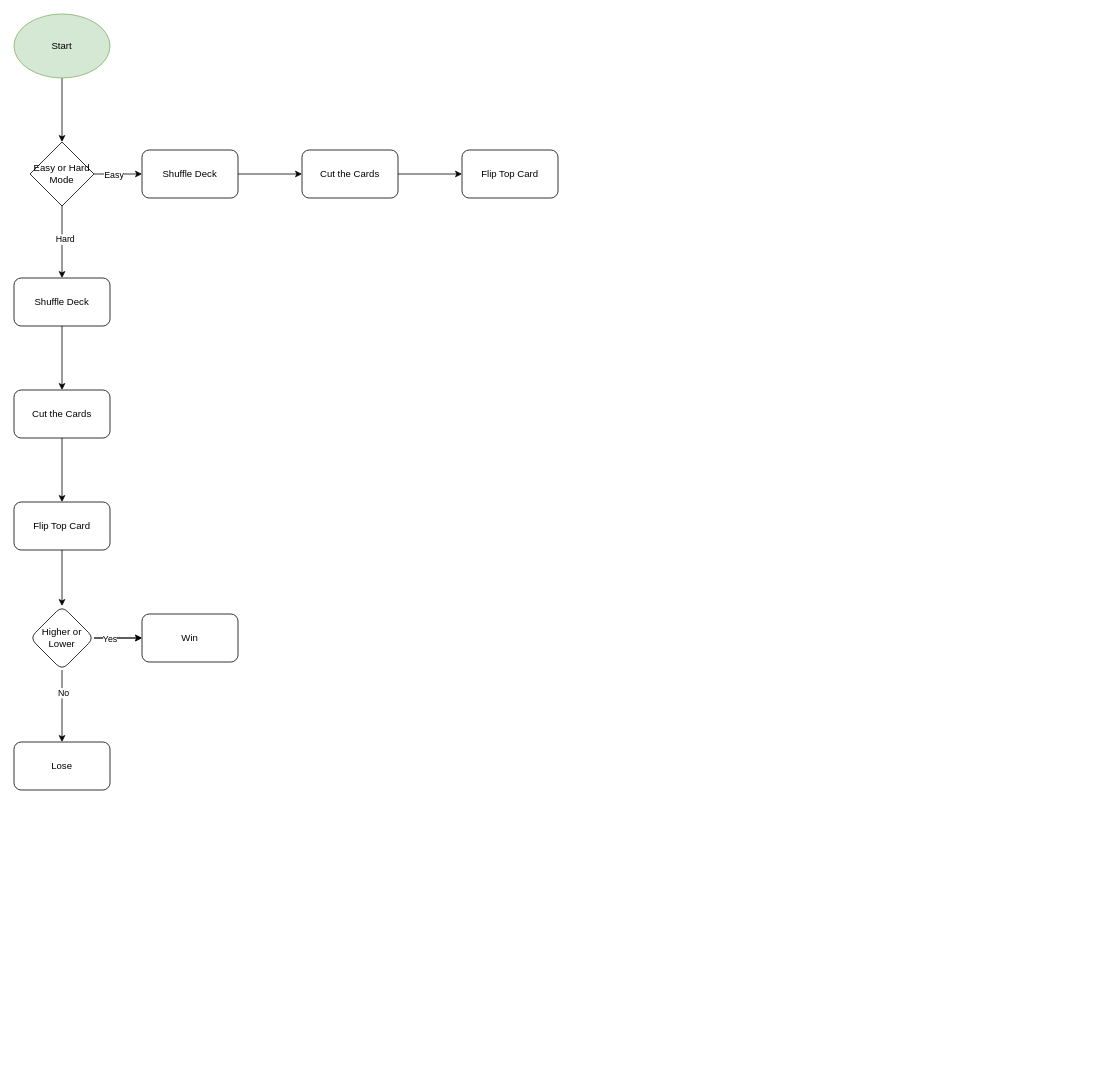
Before: Card Game 2 Process Diagram.drawio in matkiai/me_and_myself, a draw.io diagram. Source tidied: cells renumbered, new cells numbered last; positions are measured from the earlier drawing's top-left corner, leaving out a move shared by most shapes. Both pictures are drawn from the tidied source at 80%, with x=0, y=0 at pixel (14, 14).
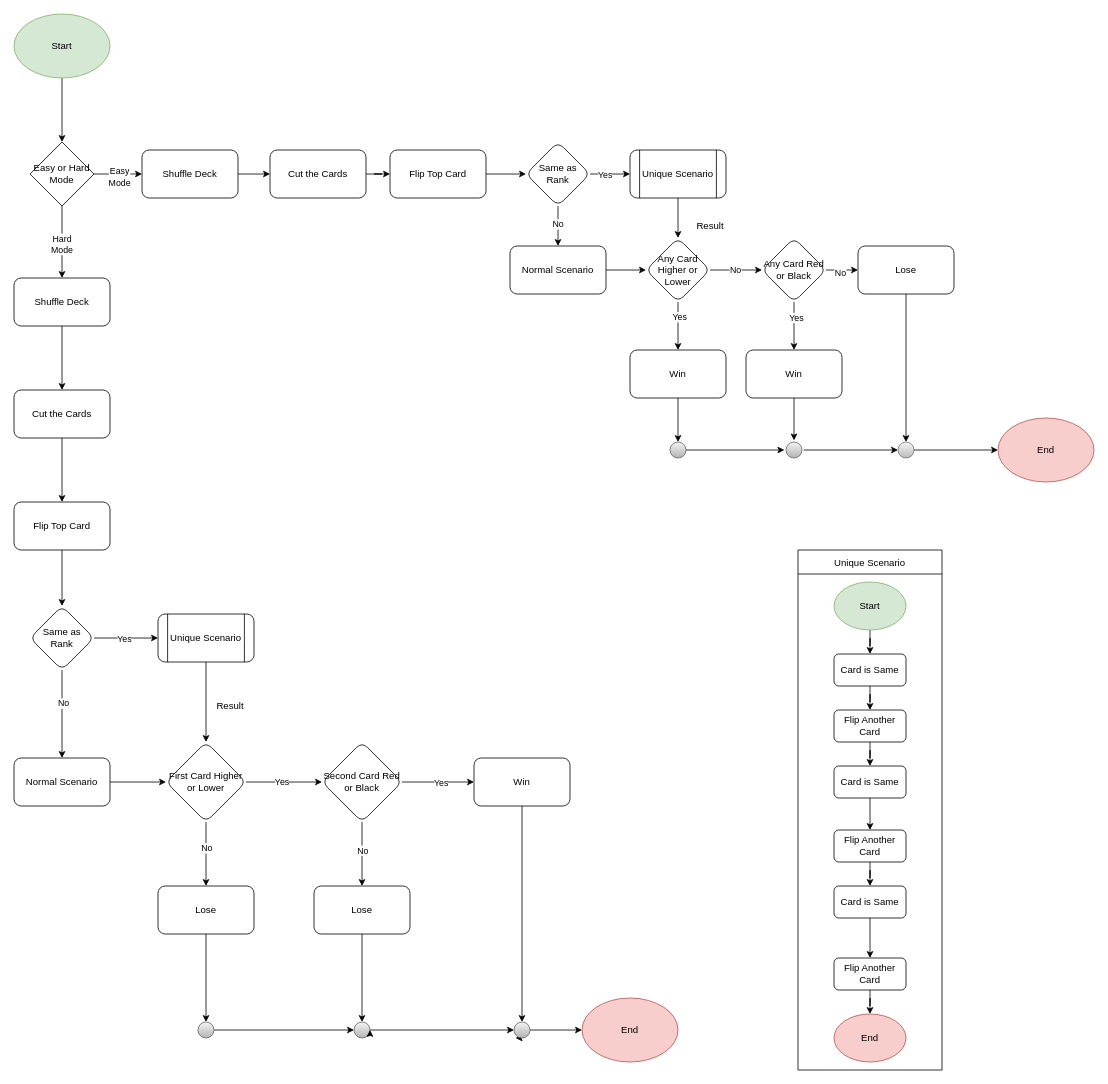
The same page after the edit.

Unchanged cells that the change refers to:
```xml
<mxCell id="4" style="edgeStyle=orthogonalEdgeStyle;rounded=0;jettySize=auto;html=1;" parent="1" edge="1" source="8" target="10">
  <mxGeometry relative="1" as="geometry" />
</mxCell>
<mxCell id="6" style="edgeStyle=orthogonalEdgeStyle;rounded=0;jettySize=auto;html=1;" parent="1" edge="1" source="8" target="14">
  <mxGeometry relative="1" as="geometry" />
</mxCell>
<mxCell id="19" value="Flip Top Card" style="rounded=1;whiteSpace=wrap;html=1;" parent="1" vertex="1">
  <mxGeometry y="610" width="120" height="60" as="geometry" />
</mxCell>
```

Diff of the diagram source:
```diff
@@
-    <mxCell id="5" value="Hard" style="edgeLabel;html=1;align=center;verticalAlign=middle;" parent="4" vertex="1">
-      <mxGeometry x="-0.09" y="3" relative="1" as="geometry" />
-    </mxCell>
+    <mxCell id="28" value="&lt;div&gt;Hard &lt;br&gt;&lt;/div&gt;&lt;div&gt;Mode&lt;br&gt;&lt;/div&gt;" style="edgeLabel;html=1;align=center;verticalAlign=middle;" parent="4" vertex="1">
+      <mxGeometry x="0.04" y="-1" relative="1" as="geometry" />
+    </mxCell>
@@
-    <mxCell id="7" value="Easy" style="edgeLabel;html=1;align=center;verticalAlign=middle;" parent="6" vertex="1">
-      <mxGeometry x="-0.2" relative="1" as="geometry" />
-    </mxCell>
+    <mxCell id="29" value="&lt;div&gt;Easy &lt;br&gt;&lt;/div&gt;&lt;div&gt;Mode&lt;br&gt;&lt;/div&gt;" style="edgeLabel;html=1;align=center;verticalAlign=middle;" parent="6" vertex="1">
+      <mxGeometry x="0.03" y="-3" relative="1" as="geometry" />
+    </mxCell>
@@
     <mxCell id="16" value="Cut the Cards" style="rounded=1;whiteSpace=wrap;html=1;" parent="1" vertex="1">
-      <mxGeometry x="360" y="170" width="120" height="60" as="geometry" />
+      <mxGeometry x="320" y="170" width="120" height="60" as="geometry" />
     </mxCell>
+    <mxCell id="30" style="edgeStyle=orthogonalEdgeStyle;rounded=0;jettySize=auto;html=1;" parent="1" edge="1" source="17" target="108">
+      <mxGeometry relative="1" as="geometry" />
+    </mxCell>
     <mxCell id="17" value="Flip Top Card" style="rounded=1;whiteSpace=wrap;html=1;" parent="1" vertex="1">
-      <mxGeometry x="560" y="170" width="120" height="60" as="geometry" />
+      <mxGeometry x="470" y="170" width="120" height="60" as="geometry" />
     </mxCell>
-    <mxCell id="18" style="edgeStyle=orthogonalEdgeStyle;rounded=0;jettySize=auto;html=1;" parent="1" edge="1" source="19" target="25">
-      <mxGeometry relative="1" as="geometry" />
-    </mxCell>
+    <mxCell id="31" style="edgeStyle=orthogonalEdgeStyle;rounded=0;jettySize=auto;html=1;" parent="1" edge="1" source="19" target="80">
+      <mxGeometry relative="1" as="geometry" />
+    </mxCell>
@@
-    <mxCell id="20" style="edgeStyle=orthogonalEdgeStyle;rounded=0;jettySize=auto;html=1;" parent="1" edge="1" source="25" target="26">
-      <mxGeometry relative="1" as="geometry" />
-    </mxCell>
-    <mxCell id="21" style="edgeStyle=orthogonalEdgeStyle;rounded=0;jettySize=auto;html=1;" parent="1" edge="1" source="25" target="27">
-      <mxGeometry relative="1" as="geometry" />
-    </mxCell>
-    <mxCell id="22" value="No" style="edgeLabel;html=1;align=center;verticalAlign=middle;" parent="21" vertex="1">
-      <mxGeometry x="-0.38" y="1" relative="1" as="geometry" />
-    </mxCell>
-    <mxCell id="23" style="edgeStyle=orthogonalEdgeStyle;rounded=0;jettySize=auto;html=1;" parent="1" edge="1" source="25" target="26">
-      <mxGeometry relative="1" as="geometry" />
-    </mxCell>
-    <mxCell id="24" value="Yes" style="edgeLabel;html=1;align=center;verticalAlign=middle;" parent="23" vertex="1">
-      <mxGeometry x="-0.37" y="-1" relative="1" as="geometry" />
-    </mxCell>
+    <mxCell id="32" style="edgeStyle=orthogonalEdgeStyle;rounded=0;jettySize=auto;html=1;" parent="1" edge="1" source="25" target="40">
+      <mxGeometry relative="1" as="geometry" />
+    </mxCell>
+    <mxCell id="33" value="Yes" style="edgeLabel;html=1;align=center;verticalAlign=middle;" parent="32" vertex="1">
+      <mxGeometry x="-0.07" y="1" relative="1" as="geometry" />
+    </mxCell>
+    <mxCell id="34" style="edgeStyle=orthogonalEdgeStyle;rounded=0;jettySize=auto;html=1;" parent="1" edge="1" source="25" target="44">
+      <mxGeometry relative="1" as="geometry" />
+    </mxCell>
+    <mxCell id="35" value="No" style="edgeLabel;html=1;align=center;verticalAlign=middle;" parent="34" vertex="1">
+      <mxGeometry x="-0.2" relative="1" as="geometry" />
+    </mxCell>
-    <mxCell id="25" value="Higher or Lower" style="rhombus;whiteSpace=wrap;html=1;rounded=1;" parent="1" vertex="1">
-      <mxGeometry x="20" y="740" width="80" height="80" as="geometry" />
+    <mxCell id="25" value="First Card Higher or Lower" style="rhombus;whiteSpace=wrap;html=1;rounded=1;" parent="1" vertex="1">
+      <mxGeometry x="190" y="910" width="100" height="100" as="geometry" />
     </mxCell>
+    <mxCell id="36" style="edgeStyle=orthogonalEdgeStyle;rounded=0;jettySize=auto;html=1;" parent="1" edge="1" source="40" target="26">
+      <mxGeometry relative="1" as="geometry" />
+    </mxCell>
+    <mxCell id="37" value="Yes" style="edgeLabel;html=1;align=center;verticalAlign=middle;" parent="36" vertex="1">
+      <mxGeometry x="0.07" y="-1" relative="1" as="geometry" />
+    </mxCell>
+    <mxCell id="38" style="edgeStyle=orthogonalEdgeStyle;rounded=0;jettySize=auto;html=1;" parent="1" edge="1" source="40" target="27">
+      <mxGeometry relative="1" as="geometry" />
+    </mxCell>
+    <mxCell id="39" value="No" style="edgeLabel;html=1;align=center;verticalAlign=middle;" parent="38" vertex="1">
+      <mxGeometry x="-0.13" relative="1" as="geometry" />
+    </mxCell>
+    <mxCell id="40" value="Second Card Red or Black" style="rhombus;whiteSpace=wrap;html=1;rounded=1;" parent="1" vertex="1">
+      <mxGeometry x="385" y="910" width="100" height="100" as="geometry" />
+    </mxCell>
+    <mxCell id="41" style="edgeStyle=orthogonalEdgeStyle;rounded=0;jettySize=auto;html=1;" parent="1" edge="1" source="26" target="71">
+      <mxGeometry relative="1" as="geometry" />
+    </mxCell>
     <mxCell id="26" value="Win" style="whiteSpace=wrap;html=1;rounded=1;" parent="1" vertex="1">
-      <mxGeometry x="160" y="750" width="120" height="60" as="geometry" />
+      <mxGeometry x="575" y="930" width="120" height="60" as="geometry" />
     </mxCell>
+    <mxCell id="42" style="edgeStyle=orthogonalEdgeStyle;rounded=0;jettySize=auto;html=1;" parent="1" edge="1" source="27" target="73">
+      <mxGeometry relative="1" as="geometry" />
+    </mxCell>
     <mxCell id="27" value="Lose" style="whiteSpace=wrap;html=1;rounded=1;" parent="1" vertex="1">
-      <mxGeometry y="910" width="120" height="60" as="geometry" />
+      <mxGeometry x="375" y="1090" width="120" height="60" as="geometry" />
     </mxCell>
+    <mxCell id="43" style="edgeStyle=orthogonalEdgeStyle;rounded=0;jettySize=auto;html=1;" parent="1" edge="1" source="44" target="75">
+      <mxGeometry relative="1" as="geometry" />
+    </mxCell>
+    <mxCell id="44" value="Lose" style="rounded=1;whiteSpace=wrap;html=1;" parent="1" vertex="1">
+      <mxGeometry x="180" y="1090" width="120" height="60" as="geometry" />
+    </mxCell>
+    <mxCell id="45" style="edgeStyle=orthogonalEdgeStyle;rounded=0;jettySize=auto;html=1;" parent="1" edge="1" source="49" target="60">
+      <mxGeometry relative="1" as="geometry" />
+    </mxCell>
+    <mxCell id="46" value="No" style="edgeLabel;html=1;align=center;verticalAlign=middle;" parent="45" vertex="1">
+      <mxGeometry x="-0.05" y="1" relative="1" as="geometry" />
+    </mxCell>
+    <mxCell id="47" style="edgeStyle=orthogonalEdgeStyle;rounded=0;jettySize=auto;html=1;" parent="1" edge="1" source="49" target="53">
+      <mxGeometry relative="1" as="geometry" />
+    </mxCell>
+    <mxCell id="48" value="Yes" style="edgeLabel;html=1;align=center;verticalAlign=middle;" parent="47" vertex="1">
+      <mxGeometry x="-0.4" y="1" relative="1" as="geometry" />
+    </mxCell>
+    <mxCell id="49" value="Any Card Higher or Lower" style="rhombus;whiteSpace=wrap;html=1;rounded=1;" parent="1" vertex="1">
+      <mxGeometry x="790" y="280" width="80" height="80" as="geometry" />
+    </mxCell>
+    <mxCell id="50" style="edgeStyle=orthogonalEdgeStyle;rounded=0;jettySize=auto;html=1;" parent="1" edge="1" source="51" target="64">
+      <mxGeometry relative="1" as="geometry" />
+    </mxCell>
+    <mxCell id="51" value="Win" style="rounded=1;whiteSpace=wrap;html=1;" parent="1" vertex="1">
+      <mxGeometry x="915" y="420" width="120" height="60" as="geometry" />
+    </mxCell>
+    <mxCell id="52" style="edgeStyle=orthogonalEdgeStyle;rounded=0;jettySize=auto;html=1;" parent="1" edge="1" source="53" target="62">
+      <mxGeometry relative="1" as="geometry" />
+    </mxCell>
+    <mxCell id="53" value="Win" style="rounded=1;whiteSpace=wrap;html=1;" parent="1" vertex="1">
+      <mxGeometry x="770" y="420" width="120" height="60" as="geometry" />
+    </mxCell>
+    <mxCell id="54" style="edgeStyle=orthogonalEdgeStyle;rounded=0;jettySize=auto;html=1;" parent="1" edge="1" source="55" target="66">
+      <mxGeometry relative="1" as="geometry" />
+    </mxCell>
+    <mxCell id="55" value="Lose" style="rounded=1;whiteSpace=wrap;html=1;" parent="1" vertex="1">
+      <mxGeometry x="1055" y="290" width="120" height="60" as="geometry" />
+    </mxCell>
+    <mxCell id="56" style="edgeStyle=orthogonalEdgeStyle;rounded=0;jettySize=auto;html=1;" parent="1" edge="1" source="60" target="55">
+      <mxGeometry relative="1" as="geometry" />
+    </mxCell>
+    <mxCell id="57" value="No" style="edgeLabel;html=1;align=center;verticalAlign=middle;" parent="56" vertex="1">
+      <mxGeometry x="-0.15" y="-3" relative="1" as="geometry" />
+    </mxCell>
+    <mxCell id="58" style="edgeStyle=orthogonalEdgeStyle;rounded=0;jettySize=auto;html=1;" parent="1" edge="1" source="60" target="51">
+      <mxGeometry relative="1" as="geometry" />
+    </mxCell>
+    <mxCell id="59" value="Yes" style="edgeLabel;html=1;align=center;verticalAlign=middle;" parent="58" vertex="1">
+      <mxGeometry x="-0.36" y="2" relative="1" as="geometry" />
+    </mxCell>
+    <mxCell id="60" value="Any Card Red or Black" style="rhombus;whiteSpace=wrap;html=1;rounded=1;" parent="1" vertex="1">
+      <mxGeometry x="935" y="280" width="80" height="80" as="geometry" />
+    </mxCell>
+    <mxCell id="61" style="edgeStyle=orthogonalEdgeStyle;rounded=0;jettySize=auto;html=1;" parent="1" edge="1" source="62" target="64">
+      <mxGeometry relative="1" as="geometry" />
+    </mxCell>
+    <mxCell id="62" style="ellipse;whiteSpace=wrap;html=1;rounded=1;fillColor=#f5f5f5;strokeColor=#666666;gradientColor=#b3b3b3;" parent="1" vertex="1">
+      <mxGeometry x="820" y="535" width="20" height="20" as="geometry" />
+    </mxCell>
+    <mxCell id="63" style="edgeStyle=orthogonalEdgeStyle;rounded=0;jettySize=auto;html=1;" parent="1" edge="1" source="64" target="66">
+      <mxGeometry relative="1" as="geometry" />
+    </mxCell>
+    <mxCell id="64" style="ellipse;whiteSpace=wrap;html=1;rounded=1;fillColor=#f5f5f5;strokeColor=#666666;perimeterSpacing=2;gradientColor=#b3b3b3;" parent="1" vertex="1">
+      <mxGeometry x="965" y="535" width="20" height="20" as="geometry" />
+    </mxCell>
+    <mxCell id="65" style="edgeStyle=orthogonalEdgeStyle;rounded=0;jettySize=auto;html=1;" parent="1" edge="1" source="66" target="67">
+      <mxGeometry relative="1" as="geometry" />
+    </mxCell>
+    <mxCell id="66" style="ellipse;whiteSpace=wrap;html=1;rounded=1;fillColor=#f5f5f5;strokeColor=#666666;opacity=90;gradientColor=#b3b3b3;" parent="1" vertex="1">
+      <mxGeometry x="1105" y="535" width="20" height="20" as="geometry" />
+    </mxCell>
+    <mxCell id="67" value="End" style="ellipse;whiteSpace=wrap;html=1;fillColor=#f8cecc;strokeColor=#b85450;" parent="1" vertex="1">
+      <mxGeometry x="1230" y="505" width="120" height="80" as="geometry" />
+    </mxCell>
+    <mxCell id="68" value="End" style="ellipse;whiteSpace=wrap;html=1;fillColor=#f8cecc;strokeColor=#b85450;" parent="1" vertex="1">
+      <mxGeometry x="710" y="1230" width="120" height="80" as="geometry" />
+    </mxCell>
+    <mxCell id="69" style="edgeStyle=orthogonalEdgeStyle;rounded=0;jettySize=auto;html=1;" parent="1" edge="1" source="71" target="68">
+      <mxGeometry relative="1" as="geometry" />
+    </mxCell>
+    <mxCell id="70" style="edgeStyle=orthogonalEdgeStyle;rounded=0;jettySize=auto;html=1;exitX=0.5;exitY=1;exitDx=0;exitDy=0;" parent="1" edge="1" source="71">
+      <mxGeometry relative="1" as="geometry">
+        <mxPoint x="627" y="1280" as="targetPoint" />
+      </mxGeometry>
+    </mxCell>
+    <mxCell id="71" style="ellipse;whiteSpace=wrap;html=1;rounded=1;fillColor=#f5f5f5;strokeColor=#666666;gradientColor=#b3b3b3;" parent="1" vertex="1">
+      <mxGeometry x="625" y="1260" width="20" height="20" as="geometry" />
+    </mxCell>
+    <mxCell id="72" style="edgeStyle=orthogonalEdgeStyle;rounded=0;jettySize=auto;html=1;" parent="1" edge="1" source="73" target="71">
+      <mxGeometry relative="1" as="geometry" />
+    </mxCell>
+    <mxCell id="73" style="ellipse;whiteSpace=wrap;html=1;rounded=1;fillColor=#f5f5f5;strokeColor=#666666;gradientColor=#b3b3b3;" parent="1" vertex="1">
+      <mxGeometry x="425" y="1260" width="20" height="20" as="geometry" />
+    </mxCell>
+    <mxCell id="74" style="edgeStyle=orthogonalEdgeStyle;rounded=0;jettySize=auto;html=1;" parent="1" edge="1" source="75" target="73">
+      <mxGeometry relative="1" as="geometry" />
+    </mxCell>
+    <mxCell id="75" style="ellipse;whiteSpace=wrap;html=1;rounded=1;fillColor=#f5f5f5;strokeColor=#666666;gradientColor=#b3b3b3;" parent="1" vertex="1">
+      <mxGeometry x="230" y="1260" width="20" height="20" as="geometry" />
+    </mxCell>
+    <mxCell id="76" style="edgeStyle=orthogonalEdgeStyle;rounded=0;jettySize=auto;html=1;" parent="1" edge="1" source="80" target="82">
+      <mxGeometry relative="1" as="geometry" />
+    </mxCell>
+    <mxCell id="77" value="Yes" style="edgeLabel;html=1;align=center;verticalAlign=middle;" parent="76" vertex="1">
+      <mxGeometry x="-0.07" relative="1" as="geometry" />
+    </mxCell>
+    <mxCell id="78" style="edgeStyle=orthogonalEdgeStyle;rounded=0;jettySize=auto;html=1;" parent="1" edge="1" source="80" target="102">
+      <mxGeometry relative="1" as="geometry" />
+    </mxCell>
+    <mxCell id="79" value="No" style="edgeLabel;html=1;align=center;verticalAlign=middle;" parent="78" vertex="1">
+      <mxGeometry x="-0.26" y="1" relative="1" as="geometry" />
+    </mxCell>
+    <mxCell id="80" value="Same as Rank" style="rhombus;whiteSpace=wrap;html=1;rounded=1;" parent="1" vertex="1">
+      <mxGeometry x="20" y="740" width="80" height="80" as="geometry" />
+    </mxCell>
+    <mxCell id="81" style="edgeStyle=orthogonalEdgeStyle;rounded=0;jettySize=auto;html=1;" parent="1" edge="1" source="82" target="25">
+      <mxGeometry relative="1" as="geometry" />
+    </mxCell>
+    <mxCell id="82" value="Unique Scenario" style="shape=process;whiteSpace=wrap;html=1;backgroundOutline=1;rounded=1;" parent="1" vertex="1">
+      <mxGeometry x="180" y="750" width="120" height="60" as="geometry" />
+    </mxCell>
+    <mxCell id="83" value="Unique Scenario" style="shape=table;startSize=30;childLayout=tableLayout;" parent="1" vertex="1">
+      <mxGeometry x="980" y="670" width="180" height="650" as="geometry" />
+    </mxCell>
+    <mxCell id="84" style="shape=tableRow;horizontal=0;startSize=0;swimlaneHead=0;swimlaneBody=0;strokeColor=inherit;top=0;left=0;bottom=0;right=0;fillColor=none;" parent="83" vertex="1">
+      <mxGeometry y="30" width="180" height="620" as="geometry" />
+    </mxCell>
+    <mxCell id="85" style="shape=partialRectangle;html=1;whiteSpace=wrap;strokeColor=inherit;overflow=hidden;fillColor=none;top=0;left=0;bottom=0;right=0;" parent="84" vertex="1">
+      <mxGeometry width="180" height="620" as="geometry" />
+    </mxCell>
+    <mxCell id="86" style="edgeStyle=orthogonalEdgeStyle;rounded=0;jettySize=auto;html=1;" parent="1" edge="1" source="87" target="89">
+      <mxGeometry relative="1" as="geometry" />
+    </mxCell>
+    <mxCell id="87" value="Start" style="ellipse;whiteSpace=wrap;html=1;fillColor=#d5e8d4;strokeColor=#82b366;" parent="1" vertex="1">
+      <mxGeometry x="1025" y="710" width="90" height="60" as="geometry" />
+    </mxCell>
+    <mxCell id="88" style="edgeStyle=orthogonalEdgeStyle;rounded=0;jettySize=auto;html=1;" parent="1" edge="1" source="89" target="95">
+      <mxGeometry relative="1" as="geometry" />
+    </mxCell>
+    <mxCell id="89" value="Card is Same" style="rounded=1;whiteSpace=wrap;html=1;" parent="1" vertex="1">
+      <mxGeometry x="1025" y="800" width="90" height="40" as="geometry" />
+    </mxCell>
+    <mxCell id="90" style="edgeStyle=orthogonalEdgeStyle;rounded=0;jettySize=auto;html=1;" parent="1" edge="1" source="91" target="97">
+      <mxGeometry relative="1" as="geometry" />
+    </mxCell>
+    <mxCell id="91" value="Card is Same" style="rounded=1;whiteSpace=wrap;html=1;" parent="1" vertex="1">
+      <mxGeometry x="1025" y="940" width="90" height="40" as="geometry" />
+    </mxCell>
+    <mxCell id="92" style="edgeStyle=orthogonalEdgeStyle;rounded=0;jettySize=auto;html=1;" parent="1" edge="1" source="93" target="99">
+      <mxGeometry relative="1" as="geometry" />
+    </mxCell>
+    <mxCell id="93" value="Card is Same" style="rounded=1;whiteSpace=wrap;html=1;" parent="1" vertex="1">
+      <mxGeometry x="1025" y="1090" width="90" height="40" as="geometry" />
+    </mxCell>
+    <mxCell id="94" style="edgeStyle=orthogonalEdgeStyle;rounded=0;jettySize=auto;html=1;" parent="1" edge="1" source="95" target="91">
+      <mxGeometry relative="1" as="geometry" />
+    </mxCell>
+    <mxCell id="95" value="Flip Another Card" style="rounded=1;whiteSpace=wrap;html=1;" parent="1" vertex="1">
+      <mxGeometry x="1025" y="870" width="90" height="40" as="geometry" />
+    </mxCell>
+    <mxCell id="96" style="edgeStyle=orthogonalEdgeStyle;rounded=0;jettySize=auto;html=1;" parent="1" edge="1" source="97" target="93">
+      <mxGeometry relative="1" as="geometry" />
+    </mxCell>
+    <mxCell id="97" value="Flip Another Card" style="rounded=1;whiteSpace=wrap;html=1;" parent="1" vertex="1">
+      <mxGeometry x="1025" y="1020" width="90" height="40" as="geometry" />
+    </mxCell>
+    <mxCell id="98" style="edgeStyle=orthogonalEdgeStyle;rounded=0;jettySize=auto;html=1;" parent="1" edge="1" source="99" target="100">
+      <mxGeometry relative="1" as="geometry" />
+    </mxCell>
+    <mxCell id="99" value="Flip Another Card" style="rounded=1;whiteSpace=wrap;html=1;" parent="1" vertex="1">
+      <mxGeometry x="1025" y="1180" width="90" height="40" as="geometry" />
+    </mxCell>
+    <mxCell id="100" value="End" style="ellipse;whiteSpace=wrap;html=1;fillColor=#f8cecc;strokeColor=#b85450;" parent="1" vertex="1">
+      <mxGeometry x="1025" y="1250" width="90" height="60" as="geometry" />
+    </mxCell>
+    <mxCell id="101" style="edgeStyle=orthogonalEdgeStyle;rounded=0;jettySize=auto;html=1;" parent="1" edge="1" source="102" target="25">
+      <mxGeometry relative="1" as="geometry" />
+    </mxCell>
+    <mxCell id="102" value="Normal Scenario" style="rounded=1;whiteSpace=wrap;html=1;" parent="1" vertex="1">
+      <mxGeometry y="930" width="120" height="60" as="geometry" />
+    </mxCell>
+    <mxCell id="103" value="Result" style="text;html=1;align=center;verticalAlign=middle;strokeColor=none;fillColor=none;" parent="1" vertex="1">
+      <mxGeometry x="240" y="850" width="60" height="30" as="geometry" />
+    </mxCell>
+    <mxCell id="104" style="edgeStyle=orthogonalEdgeStyle;rounded=0;jettySize=auto;html=1;" parent="1" edge="1" source="108" target="110">
+      <mxGeometry relative="1" as="geometry" />
+    </mxCell>
+    <mxCell id="105" value="Yes" style="edgeLabel;html=1;align=center;verticalAlign=middle;" parent="104" vertex="1">
+      <mxGeometry x="-0.28" y="-1" relative="1" as="geometry" />
+    </mxCell>
+    <mxCell id="106" style="edgeStyle=orthogonalEdgeStyle;rounded=0;jettySize=auto;html=1;" parent="1" edge="1" source="108" target="112">
+      <mxGeometry relative="1" as="geometry" />
+    </mxCell>
+    <mxCell id="107" value="No" style="edgeLabel;html=1;align=center;verticalAlign=middle;" parent="106" vertex="1">
+      <mxGeometry x="-0.12" y="-1" relative="1" as="geometry" />
+    </mxCell>
+    <mxCell id="108" value="Same as Rank" style="rhombus;whiteSpace=wrap;html=1;rounded=1;" parent="1" vertex="1">
+      <mxGeometry x="640" y="160" width="80" height="80" as="geometry" />
+    </mxCell>
+    <mxCell id="109" style="edgeStyle=orthogonalEdgeStyle;rounded=0;jettySize=auto;html=1;" parent="1" edge="1" source="110" target="49">
+      <mxGeometry relative="1" as="geometry" />
+    </mxCell>
+    <mxCell id="110" value="Unique Scenario" style="shape=process;whiteSpace=wrap;html=1;backgroundOutline=1;rounded=1;" parent="1" vertex="1">
+      <mxGeometry x="770" y="170" width="120" height="60" as="geometry" />
+    </mxCell>
+    <mxCell id="111" style="edgeStyle=orthogonalEdgeStyle;rounded=0;jettySize=auto;html=1;" parent="1" edge="1" source="112" target="49">
+      <mxGeometry relative="1" as="geometry" />
+    </mxCell>
+    <mxCell id="112" value="Normal Scenario" style="rounded=1;whiteSpace=wrap;html=1;" parent="1" vertex="1">
+      <mxGeometry x="620" y="290" width="120" height="60" as="geometry" />
+    </mxCell>
+    <mxCell id="113" value="Result" style="text;html=1;align=center;verticalAlign=middle;strokeColor=none;fillColor=none;" parent="1" vertex="1">
+      <mxGeometry x="840" y="250" width="60" height="30" as="geometry" />
+    </mxCell>
+    <mxCell id="114" style="edgeStyle=orthogonalEdgeStyle;rounded=0;orthogonalLoop=1;jettySize=auto;html=1;exitX=1;exitY=1;exitDx=0;exitDy=0;entryX=1;entryY=0.5;entryDx=0;entryDy=0;" parent="1" edge="1" source="73" target="73">
+      <mxGeometry relative="1" as="geometry" />
+    </mxCell>
```
